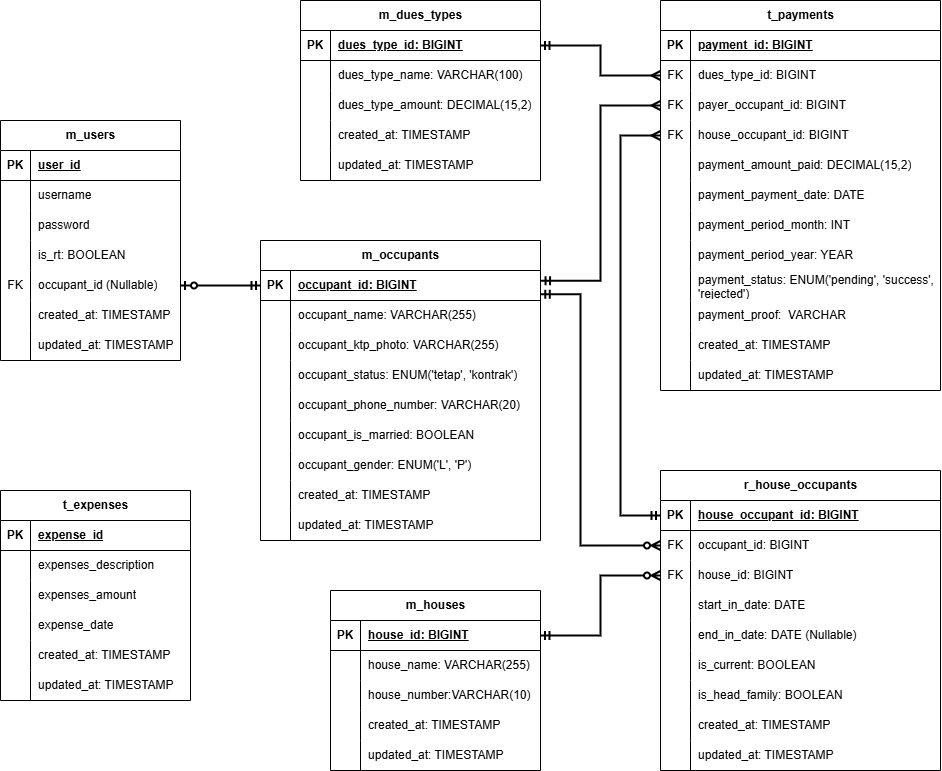
Above: readme_img/erd-administrasi-rt.png in dedybayu/administrasi-rt-be (draw.io), before the change. Source tidied: cells renumbered, new cells last; positions are measured from the earlier drawing's top-left corner, leaving out a move shared by most shapes.
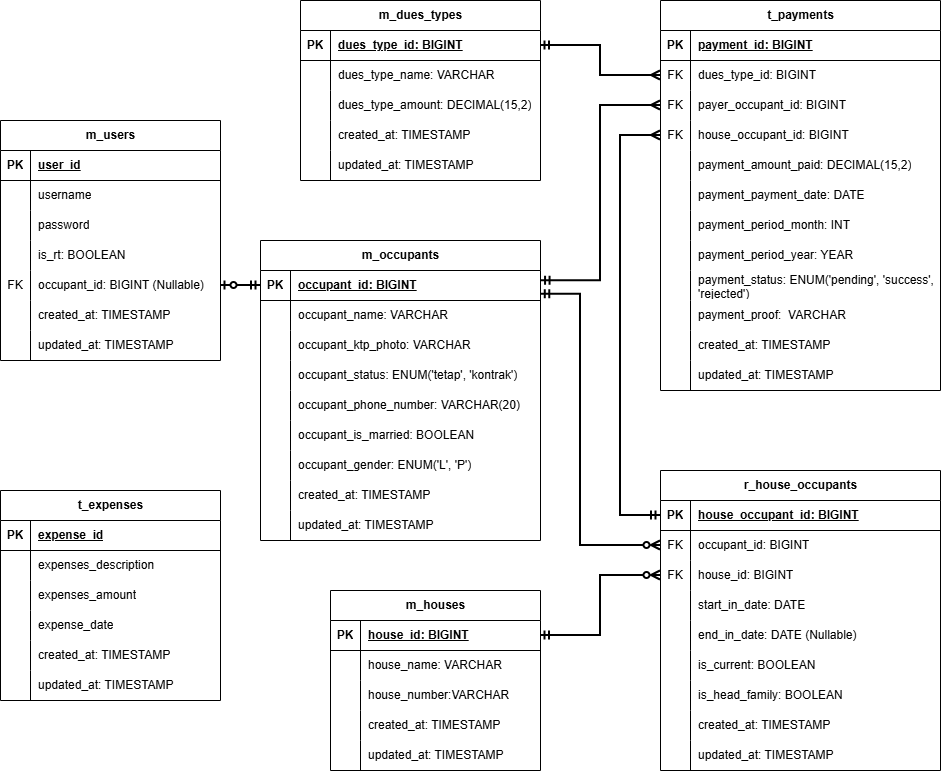
The same diagram one commit later.

Commit message:
change: img erd

Change to the diagram source:
```diff
@@ -3,70 +3,70 @@
     <mxCell id="0" />
     <mxCell id="1" parent="0" />
     <mxCell id="2" value="m_users" style="shape=table;startSize=30;rowLines=0;fontStyle=1;align=center;html=1;" parent="1" vertex="1">
-      <mxGeometry y="120" width="180" height="240" as="geometry" />
+      <mxGeometry y="120" width="220" height="240" as="geometry" />
     </mxCell>
     <mxCell id="3" style="shape=tableRow;horizontal=0;startSize=0;swimlaneHead=0;swimlaneBody=0;fillColor=none;top=0;left=0;right=0;bottom=1;" parent="2" vertex="1">
-      <mxGeometry y="30" width="180" height="30" as="geometry" />
+      <mxGeometry y="30" width="220" height="30" as="geometry" />
     </mxCell>
     <mxCell id="4" value="PK" style="shape=partialRectangle;fillColor=none;top=0;left=0;bottom=0;right=0;fontStyle=1;overflow=hidden;whiteSpace=wrap;html=1;" parent="3" vertex="1">
       <mxGeometry width="30" height="30" as="geometry" />
     </mxCell>
     <mxCell id="5" value="user_id" style="shape=partialRectangle;fillColor=none;top=0;left=0;bottom=0;right=0;align=left;spacingLeft=6;fontStyle=5;overflow=hidden;whiteSpace=wrap;html=1;" parent="3" vertex="1">
-      <mxGeometry x="30" width="150" height="30" as="geometry" />
+      <mxGeometry x="30" width="190" height="30" as="geometry" />
     </mxCell>
     <mxCell id="6" style="shape=tableRow;horizontal=0;startSize=0;swimlaneHead=0;swimlaneBody=0;fillColor=none;top=0;left=0;right=0;bottom=0;" parent="2" vertex="1">
-      <mxGeometry y="60" width="180" height="30" as="geometry" />
+      <mxGeometry y="60" width="220" height="30" as="geometry" />
     </mxCell>
     <mxCell id="7" style="shape=partialRectangle;fillColor=none;top=0;left=0;bottom=0;right=0;overflow=hidden;whiteSpace=wrap;html=1;" parent="6" vertex="1">
       <mxGeometry width="30" height="30" as="geometry" />
     </mxCell>
     <mxCell id="8" value="username" style="shape=partialRectangle;fillColor=none;top=0;left=0;bottom=0;right=0;align=left;spacingLeft=6;overflow=hidden;whiteSpace=wrap;html=1;" parent="6" vertex="1">
-      <mxGeometry x="30" width="150" height="30" as="geometry" />
+      <mxGeometry x="30" width="190" height="30" as="geometry" />
     </mxCell>
     <mxCell id="9" style="shape=tableRow;horizontal=0;startSize=0;swimlaneHead=0;swimlaneBody=0;fillColor=none;top=0;left=0;right=0;bottom=0;" parent="2" vertex="1">
-      <mxGeometry y="90" width="180" height="30" as="geometry" />
+      <mxGeometry y="90" width="220" height="30" as="geometry" />
     </mxCell>
     <mxCell id="10" style="shape=partialRectangle;fillColor=none;top=0;left=0;bottom=0;right=0;overflow=hidden;whiteSpace=wrap;html=1;" parent="9" vertex="1">
       <mxGeometry width="30" height="30" as="geometry" />
     </mxCell>
     <mxCell id="11" value="password" style="shape=partialRectangle;fillColor=none;top=0;left=0;bottom=0;right=0;align=left;spacingLeft=6;overflow=hidden;whiteSpace=wrap;html=1;" parent="9" vertex="1">
-      <mxGeometry x="30" width="150" height="30" as="geometry" />
+      <mxGeometry x="30" width="190" height="30" as="geometry" />
     </mxCell>
     <mxCell id="12" style="shape=tableRow;horizontal=0;startSize=0;swimlaneHead=0;swimlaneBody=0;fillColor=none;top=0;left=0;right=0;bottom=0;" parent="2" vertex="1">
-      <mxGeometry y="120" width="180" height="30" as="geometry" />
+      <mxGeometry y="120" width="220" height="30" as="geometry" />
     </mxCell>
     <mxCell id="13" style="shape=partialRectangle;fillColor=none;top=0;left=0;bottom=0;right=0;overflow=hidden;whiteSpace=wrap;html=1;" parent="12" vertex="1">
       <mxGeometry width="30" height="30" as="geometry" />
     </mxCell>
     <mxCell id="14" value="is_rt: BOOLEAN" style="shape=partialRectangle;fillColor=none;top=0;left=0;bottom=0;right=0;align=left;spacingLeft=6;overflow=hidden;whiteSpace=wrap;html=1;" parent="12" vertex="1">
-      <mxGeometry x="30" width="150" height="30" as="geometry" />
+      <mxGeometry x="30" width="190" height="30" as="geometry" />
     </mxCell>
     <mxCell id="15" style="shape=tableRow;horizontal=0;startSize=0;swimlaneHead=0;swimlaneBody=0;fillColor=none;points=[[0,0.5],[1,0.5]];portConstraint=eastwest;top=0;left=0;right=0;bottom=0;" parent="2" vertex="1">
-      <mxGeometry y="150" width="180" height="30" as="geometry" />
+      <mxGeometry y="150" width="220" height="30" as="geometry" />
     </mxCell>
     <mxCell id="16" value="FK" style="shape=partialRectangle;fillColor=none;top=0;left=0;bottom=0;right=0;overflow=hidden;whiteSpace=wrap;html=1;" parent="15" vertex="1">
       <mxGeometry width="30" height="30" as="geometry" />
     </mxCell>
-    <mxCell id="17" value="occupant_id (Nullable)" style="shape=partialRectangle;fillColor=none;top=0;left=0;bottom=0;right=0;align=left;spacingLeft=6;overflow=hidden;whiteSpace=wrap;html=1;" parent="15" vertex="1">
-      <mxGeometry x="30" width="150" height="30" as="geometry" />
+    <mxCell id="17" value="occupant_id: BIGINT (Nullable)" style="shape=partialRectangle;fillColor=none;top=0;left=0;bottom=0;right=0;align=left;spacingLeft=6;overflow=hidden;whiteSpace=wrap;html=1;" parent="15" vertex="1">
+      <mxGeometry x="30" width="190" height="30" as="geometry" />
     </mxCell>
     <mxCell id="18" style="shape=tableRow;horizontal=0;startSize=0;swimlaneHead=0;swimlaneBody=0;fillColor=none;top=0;left=0;right=0;bottom=0;" parent="2" vertex="1">
-      <mxGeometry y="180" width="180" height="30" as="geometry" />
+      <mxGeometry y="180" width="220" height="30" as="geometry" />
     </mxCell>
     <mxCell id="19" style="shape=partialRectangle;fillColor=none;top=0;left=0;bottom=0;right=0;overflow=hidden;whiteSpace=wrap;html=1;" parent="18" vertex="1">
       <mxGeometry width="30" height="30" as="geometry" />
     </mxCell>
     <mxCell id="20" value="created_at:&amp;nbsp;TIMESTAMP" style="shape=partialRectangle;fillColor=none;top=0;left=0;bottom=0;right=0;align=left;spacingLeft=6;overflow=hidden;whiteSpace=wrap;html=1;" parent="18" vertex="1">
-      <mxGeometry x="30" width="150" height="30" as="geometry" />
+      <mxGeometry x="30" width="190" height="30" as="geometry" />
     </mxCell>
     <mxCell id="21" style="shape=tableRow;horizontal=0;startSize=0;swimlaneHead=0;swimlaneBody=0;fillColor=none;top=0;left=0;right=0;bottom=0;" parent="2" vertex="1">
-      <mxGeometry y="210" width="180" height="30" as="geometry" />
+      <mxGeometry y="210" width="220" height="30" as="geometry" />
     </mxCell>
     <mxCell id="22" style="shape=partialRectangle;fillColor=none;top=0;left=0;bottom=0;right=0;overflow=hidden;whiteSpace=wrap;html=1;" parent="21" vertex="1">
       <mxGeometry width="30" height="30" as="geometry" />
     </mxCell>
     <mxCell id="23" value="updated_at:&amp;nbsp;TIMESTAMP" style="shape=partialRectangle;fillColor=none;top=0;left=0;bottom=0;right=0;align=left;spacingLeft=6;overflow=hidden;whiteSpace=wrap;html=1;" parent="21" vertex="1">
-      <mxGeometry x="30" width="150" height="30" as="geometry" />
+      <mxGeometry x="30" width="190" height="30" as="geometry" />
     </mxCell>
     <mxCell id="24" value="m_occupants" style="shape=table;startSize=30;rowLines=0;fontStyle=1;align=center;html=1;" parent="1" vertex="1">
       <mxGeometry x="260" y="240" width="280" height="300" as="geometry" />
@@ -86,7 +86,7 @@
     <mxCell id="29" style="shape=partialRectangle;fillColor=none;top=0;left=0;bottom=0;right=0;overflow=hidden;whiteSpace=wrap;html=1;" parent="28" vertex="1">
       <mxGeometry width="30" height="30" as="geometry" />
     </mxCell>
-    <mxCell id="30" value="occupant_name:&amp;nbsp;VARCHAR(255)" style="shape=partialRectangle;fillColor=none;top=0;left=0;bottom=0;right=0;align=left;spacingLeft=6;overflow=hidden;whiteSpace=wrap;html=1;" parent="28" vertex="1">
+    <mxCell id="30" value="occupant_name:&amp;nbsp;VARCHAR" style="shape=partialRectangle;fillColor=none;top=0;left=0;bottom=0;right=0;align=left;spacingLeft=6;overflow=hidden;whiteSpace=wrap;html=1;" parent="28" vertex="1">
       <mxGeometry x="30" width="250" height="30" as="geometry" />
     </mxCell>
     <mxCell id="31" style="shape=tableRow;horizontal=0;startSize=0;swimlaneHead=0;swimlaneBody=0;fillColor=none;top=0;left=0;right=0;bottom=0;" parent="24" vertex="1">
@@ -95,7 +95,7 @@
     <mxCell id="32" style="shape=partialRectangle;fillColor=none;top=0;left=0;bottom=0;right=0;overflow=hidden;whiteSpace=wrap;html=1;" parent="31" vertex="1">
       <mxGeometry width="30" height="30" as="geometry" />
     </mxCell>
-    <mxCell id="33" value="occupant_ktp_photo:&amp;nbsp;VARCHAR(255)" style="shape=partialRectangle;fillColor=none;top=0;left=0;bottom=0;right=0;align=left;spacingLeft=6;overflow=hidden;whiteSpace=wrap;html=1;" parent="31" vertex="1">
+    <mxCell id="33" value="occupant_ktp_photo:&amp;nbsp;VARCHAR" style="shape=partialRectangle;fillColor=none;top=0;left=0;bottom=0;right=0;align=left;spacingLeft=6;overflow=hidden;whiteSpace=wrap;html=1;" parent="31" vertex="1">
       <mxGeometry x="30" width="250" height="30" as="geometry" />
     </mxCell>
     <mxCell id="34" style="shape=tableRow;horizontal=0;startSize=0;swimlaneHead=0;swimlaneBody=0;fillColor=none;top=0;left=0;right=0;bottom=0;" parent="24" vertex="1">
@@ -170,7 +170,7 @@
     <mxCell id="57" style="shape=partialRectangle;fillColor=none;top=0;left=0;bottom=0;right=0;overflow=hidden;whiteSpace=wrap;html=1;" parent="56" vertex="1">
       <mxGeometry width="30" height="30" as="geometry" />
     </mxCell>
-    <mxCell id="58" value="house_name: VARCHAR(255)" style="shape=partialRectangle;fillColor=none;top=0;left=0;bottom=0;right=0;align=left;spacingLeft=6;overflow=hidden;whiteSpace=wrap;html=1;" parent="56" vertex="1">
+    <mxCell id="58" value="house_name: VARCHAR" style="shape=partialRectangle;fillColor=none;top=0;left=0;bottom=0;right=0;align=left;spacingLeft=6;overflow=hidden;whiteSpace=wrap;html=1;" parent="56" vertex="1">
       <mxGeometry x="30" width="180" height="30" as="geometry" />
     </mxCell>
     <mxCell id="59" style="shape=tableRow;horizontal=0;startSize=0;swimlaneHead=0;swimlaneBody=0;fillColor=none;top=0;left=0;right=0;bottom=0;" parent="52" vertex="1">
@@ -179,7 +179,7 @@
     <mxCell id="60" style="shape=partialRectangle;fillColor=none;top=0;left=0;bottom=0;right=0;overflow=hidden;whiteSpace=wrap;html=1;" parent="59" vertex="1">
       <mxGeometry width="30" height="30" as="geometry" />
     </mxCell>
-    <mxCell id="61" value="house_number:VARCHAR(10)" style="shape=partialRectangle;fillColor=none;top=0;left=0;bottom=0;right=0;align=left;spacingLeft=6;overflow=hidden;whiteSpace=wrap;html=1;" parent="59" vertex="1">
+    <mxCell id="61" value="house_number:VARCHAR" style="shape=partialRectangle;fillColor=none;top=0;left=0;bottom=0;right=0;align=left;spacingLeft=6;overflow=hidden;whiteSpace=wrap;html=1;" parent="59" vertex="1">
       <mxGeometry x="30" width="180" height="30" as="geometry" />
     </mxCell>
     <mxCell id="62" style="shape=tableRow;horizontal=0;startSize=0;swimlaneHead=0;swimlaneBody=0;fillColor=none;top=0;left=0;right=0;bottom=0;" parent="52" vertex="1">
@@ -218,7 +218,7 @@
     <mxCell id="73" style="shape=partialRectangle;fillColor=none;top=0;left=0;bottom=0;right=0;overflow=hidden;whiteSpace=wrap;html=1;" parent="72" vertex="1">
       <mxGeometry width="30" height="30" as="geometry" />
     </mxCell>
-    <mxCell id="74" value="dues_type_name:&amp;nbsp;VARCHAR(100)" style="shape=partialRectangle;fillColor=none;top=0;left=0;bottom=0;right=0;align=left;spacingLeft=6;overflow=hidden;whiteSpace=wrap;html=1;" parent="72" vertex="1">
+    <mxCell id="74" value="dues_type_name:&amp;nbsp;VARCHAR" style="shape=partialRectangle;fillColor=none;top=0;left=0;bottom=0;right=0;align=left;spacingLeft=6;overflow=hidden;whiteSpace=wrap;html=1;" parent="72" vertex="1">
       <mxGeometry x="30" width="210" height="30" as="geometry" />
     </mxCell>
     <mxCell id="75" style="shape=tableRow;horizontal=0;startSize=0;swimlaneHead=0;swimlaneBody=0;fillColor=none;top=0;left=0;right=0;bottom=0;" parent="68" vertex="1">
@@ -444,61 +444,61 @@
       <mxGeometry x="30" width="250" height="30" as="geometry" />
     </mxCell>
     <mxCell id="149" value="t_expenses" style="shape=table;startSize=30;rowLines=0;fontStyle=1;align=center;html=1;" parent="1" vertex="1">
-      <mxGeometry y="490" width="190" height="210" as="geometry" />
+      <mxGeometry y="490" width="220" height="210" as="geometry" />
     </mxCell>
     <mxCell id="150" style="shape=tableRow;horizontal=0;startSize=0;swimlaneHead=0;swimlaneBody=0;fillColor=none;top=0;left=0;right=0;bottom=1;" parent="149" vertex="1">
-      <mxGeometry y="30" width="190" height="30" as="geometry" />
+      <mxGeometry y="30" width="220" height="30" as="geometry" />
     </mxCell>
     <mxCell id="151" value="PK" style="shape=partialRectangle;fillColor=none;top=0;left=0;bottom=0;right=0;fontStyle=1;overflow=hidden;whiteSpace=wrap;html=1;" parent="150" vertex="1">
       <mxGeometry width="30" height="30" as="geometry" />
     </mxCell>
     <mxCell id="152" value="expense_id" style="shape=partialRectangle;fillColor=none;top=0;left=0;bottom=0;right=0;align=left;spacingLeft=6;fontStyle=5;overflow=hidden;whiteSpace=wrap;html=1;" parent="150" vertex="1">
-      <mxGeometry x="30" width="160" height="30" as="geometry" />
+      <mxGeometry x="30" width="190" height="30" as="geometry" />
     </mxCell>
     <mxCell id="153" style="shape=tableRow;horizontal=0;startSize=0;swimlaneHead=0;swimlaneBody=0;fillColor=none;top=0;left=0;right=0;bottom=0;" parent="149" vertex="1">
-      <mxGeometry y="60" width="190" height="30" as="geometry" />
+      <mxGeometry y="60" width="220" height="30" as="geometry" />
     </mxCell>
     <mxCell id="154" style="shape=partialRectangle;fillColor=none;top=0;left=0;bottom=0;right=0;overflow=hidden;whiteSpace=wrap;html=1;" parent="153" vertex="1">
       <mxGeometry width="30" height="30" as="geometry" />
     </mxCell>
     <mxCell id="155" value="expenses_description" style="shape=partialRectangle;fillColor=none;top=0;left=0;bottom=0;right=0;align=left;spacingLeft=6;overflow=hidden;whiteSpace=wrap;html=1;" parent="153" vertex="1">
-      <mxGeometry x="30" width="160" height="30" as="geometry" />
+      <mxGeometry x="30" width="190" height="30" as="geometry" />
     </mxCell>
     <mxCell id="156" style="shape=tableRow;horizontal=0;startSize=0;swimlaneHead=0;swimlaneBody=0;fillColor=none;top=0;left=0;right=0;bottom=0;" parent="149" vertex="1">
-      <mxGeometry y="90" width="190" height="30" as="geometry" />
+      <mxGeometry y="90" width="220" height="30" as="geometry" />
     </mxCell>
     <mxCell id="157" style="shape=partialRectangle;fillColor=none;top=0;left=0;bottom=0;right=0;overflow=hidden;whiteSpace=wrap;html=1;" parent="156" vertex="1">
       <mxGeometry width="30" height="30" as="geometry" />
     </mxCell>
     <mxCell id="158" value="expenses_amount" style="shape=partialRectangle;fillColor=none;top=0;left=0;bottom=0;right=0;align=left;spacingLeft=6;overflow=hidden;whiteSpace=wrap;html=1;" parent="156" vertex="1">
-      <mxGeometry x="30" width="160" height="30" as="geometry" />
+      <mxGeometry x="30" width="190" height="30" as="geometry" />
     </mxCell>
     <mxCell id="159" style="shape=tableRow;horizontal=0;startSize=0;swimlaneHead=0;swimlaneBody=0;fillColor=none;top=0;left=0;right=0;bottom=0;" parent="149" vertex="1">
-      <mxGeometry y="120" width="190" height="30" as="geometry" />
+      <mxGeometry y="120" width="220" height="30" as="geometry" />
     </mxCell>
     <mxCell id="160" style="shape=partialRectangle;fillColor=none;top=0;left=0;bottom=0;right=0;overflow=hidden;whiteSpace=wrap;html=1;" parent="159" vertex="1">
       <mxGeometry width="30" height="30" as="geometry" />
     </mxCell>
     <mxCell id="161" value="expense_date" style="shape=partialRectangle;fillColor=none;top=0;left=0;bottom=0;right=0;align=left;spacingLeft=6;overflow=hidden;whiteSpace=wrap;html=1;" parent="159" vertex="1">
-      <mxGeometry x="30" width="160" height="30" as="geometry" />
+      <mxGeometry x="30" width="190" height="30" as="geometry" />
     </mxCell>
     <mxCell id="162" style="shape=tableRow;horizontal=0;startSize=0;swimlaneHead=0;swimlaneBody=0;fillColor=none;top=0;left=0;right=0;bottom=0;" parent="149" vertex="1">
-      <mxGeometry y="150" width="190" height="30" as="geometry" />
+      <mxGeometry y="150" width="220" height="30" as="geometry" />
     </mxCell>
     <mxCell id="163" style="shape=partialRectangle;fillColor=none;top=0;left=0;bottom=0;right=0;overflow=hidden;whiteSpace=wrap;html=1;" parent="162" vertex="1">
       <mxGeometry width="30" height="30" as="geometry" />
     </mxCell>
     <mxCell id="164" value="created_at:&amp;nbsp;TIMESTAMP" style="shape=partialRectangle;fillColor=none;top=0;left=0;bottom=0;right=0;align=left;spacingLeft=6;overflow=hidden;whiteSpace=wrap;html=1;" parent="162" vertex="1">
-      <mxGeometry x="30" width="160" height="30" as="geometry" />
+      <mxGeometry x="30" width="190" height="30" as="geometry" />
     </mxCell>
     <mxCell id="165" style="shape=tableRow;horizontal=0;startSize=0;swimlaneHead=0;swimlaneBody=0;fillColor=none;top=0;left=0;right=0;bottom=0;" parent="149" vertex="1">
-      <mxGeometry y="180" width="190" height="30" as="geometry" />
+      <mxGeometry y="180" width="220" height="30" as="geometry" />
     </mxCell>
     <mxCell id="166" style="shape=partialRectangle;fillColor=none;top=0;left=0;bottom=0;right=0;overflow=hidden;whiteSpace=wrap;html=1;" parent="165" vertex="1">
       <mxGeometry width="30" height="30" as="geometry" />
     </mxCell>
     <mxCell id="167" value="updated_at:&amp;nbsp;TIMESTAMP" style="shape=partialRectangle;fillColor=none;top=0;left=0;bottom=0;right=0;align=left;spacingLeft=6;overflow=hidden;whiteSpace=wrap;html=1;" parent="165" vertex="1">
-      <mxGeometry x="30" width="160" height="30" as="geometry" />
+      <mxGeometry x="30" width="190" height="30" as="geometry" />
     </mxCell>
     <mxCell id="168" style="edgeStyle=orthogonalEdgeStyle;rounded=0;jettySize=auto;html=1;exitX=1;exitY=0.5;exitDx=0;exitDy=0;entryX=0;entryY=0.5;entryDx=0;entryDy=0;startArrow=ERzeroToOne;startFill=0;endArrow=ERmandOne;endFill=0;strokeWidth=2;" parent="1" edge="1" source="15" target="25">
       <mxGeometry relative="1" as="geometry" />
```
